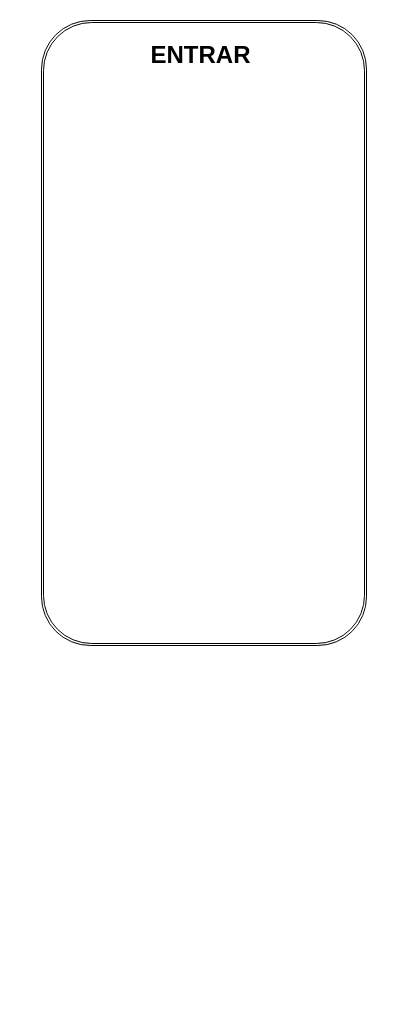
The draw.io diagram page "Página-14" (14 of 14) of DOC/tela.drawio in rafaelareisilva/avatar.app, before the edit. Source tidied: cells renumbered, new cells numbered last; positions are measured from the earlier drawing's top-left corner, leaving out a move shared by most shapes. Both pictures are drawn from the tidied source at 100%, with x=0, y=0 at pixel (-109, 35).
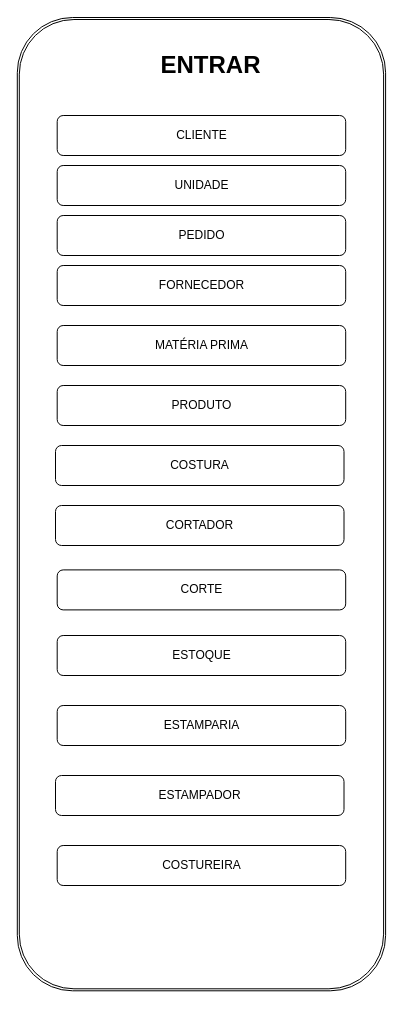
The same diagram, later.

What changed in the source:
```diff
@@
 <mxGraphModel>
   <root>
     <mxCell id="0" />
     <mxCell id="1" parent="0" />
     <mxCell id="2" style="shape=ext;double=1;rounded=1;whiteSpace=wrap;html=1;rotation=90;" parent="1" vertex="1">
-      <mxGeometry y="135" width="625" height="325" as="geometry" />
+      <mxGeometry x="-176.7" y="284.5" width="973.3" height="368.3" as="geometry" />
     </mxCell>
     <mxCell id="3" value="ENTRAR" style="text;strokeColor=none;fillColor=none;html=1;fontSize=24;fontStyle=1;verticalAlign=middle;align=center;" parent="1" vertex="1">
-      <mxGeometry x="259" width="100" height="40" as="geometry" />
+      <mxGeometry x="251.2" width="136" height="60" as="geometry" />
     </mxCell>
+    <mxCell id="4" value="CLIENTE" style="rounded=1;whiteSpace=wrap;html=1;" parent="1" vertex="1">
+      <mxGeometry x="165.7" y="80" width="288.5" height="40" as="geometry" />
+    </mxCell>
+    <mxCell id="5" value="COSTUREIRA" style="rounded=1;whiteSpace=wrap;html=1;" parent="1" vertex="1">
+      <mxGeometry x="165.7" y="810" width="288.5" height="40" as="geometry" />
+    </mxCell>
+    <mxCell id="6" value="UNIDADE" style="rounded=1;whiteSpace=wrap;html=1;" parent="1" vertex="1">
+      <mxGeometry x="165.7" y="130" width="288.5" height="40" as="geometry" />
+    </mxCell>
+    <mxCell id="7" value="ESTAMPADOR" style="rounded=1;whiteSpace=wrap;html=1;" parent="1" vertex="1">
+      <mxGeometry x="164" y="740" width="288.5" height="40" as="geometry" />
+    </mxCell>
+    <mxCell id="8" value="PEDIDO" style="rounded=1;whiteSpace=wrap;html=1;" parent="1" vertex="1">
+      <mxGeometry x="165.7" y="180" width="288.5" height="40" as="geometry" />
+    </mxCell>
+    <mxCell id="9" value="FORNECEDOR" style="rounded=1;whiteSpace=wrap;html=1;" parent="1" vertex="1">
+      <mxGeometry x="165.7" y="230" width="288.5" height="40" as="geometry" />
+    </mxCell>
+    <mxCell id="10" value="MATÉRIA PRIMA" style="rounded=1;whiteSpace=wrap;html=1;" parent="1" vertex="1">
+      <mxGeometry x="165.7" y="290" width="288.5" height="40" as="geometry" />
+    </mxCell>
+    <mxCell id="11" value="PRODUTO" style="rounded=1;whiteSpace=wrap;html=1;" parent="1" vertex="1">
+      <mxGeometry x="165.7" y="350" width="288.5" height="40" as="geometry" />
+    </mxCell>
+    <mxCell id="12" value="COSTURA" style="rounded=1;whiteSpace=wrap;html=1;" parent="1" vertex="1">
+      <mxGeometry x="164" y="410" width="288.5" height="40" as="geometry" />
+    </mxCell>
+    <mxCell id="13" value="CORTADOR" style="rounded=1;whiteSpace=wrap;html=1;" parent="1" vertex="1">
+      <mxGeometry x="164" y="470" width="288.5" height="40" as="geometry" />
+    </mxCell>
+    <mxCell id="14" value="CORTE" style="rounded=1;whiteSpace=wrap;html=1;" parent="1" vertex="1">
+      <mxGeometry x="165.7" y="534.4" width="288.5" height="40" as="geometry" />
+    </mxCell>
+    <mxCell id="15" value="ESTOQUE" style="rounded=1;whiteSpace=wrap;html=1;" parent="1" vertex="1">
+      <mxGeometry x="165.7" y="600" width="288.5" height="40" as="geometry" />
+    </mxCell>
+    <mxCell id="16" value="ESTAMPARIA" style="rounded=1;whiteSpace=wrap;html=1;" parent="1" vertex="1">
+      <mxGeometry x="165.7" y="670" width="288.5" height="40" as="geometry" />
+    </mxCell>
   </root>
 </mxGraphModel>
```
